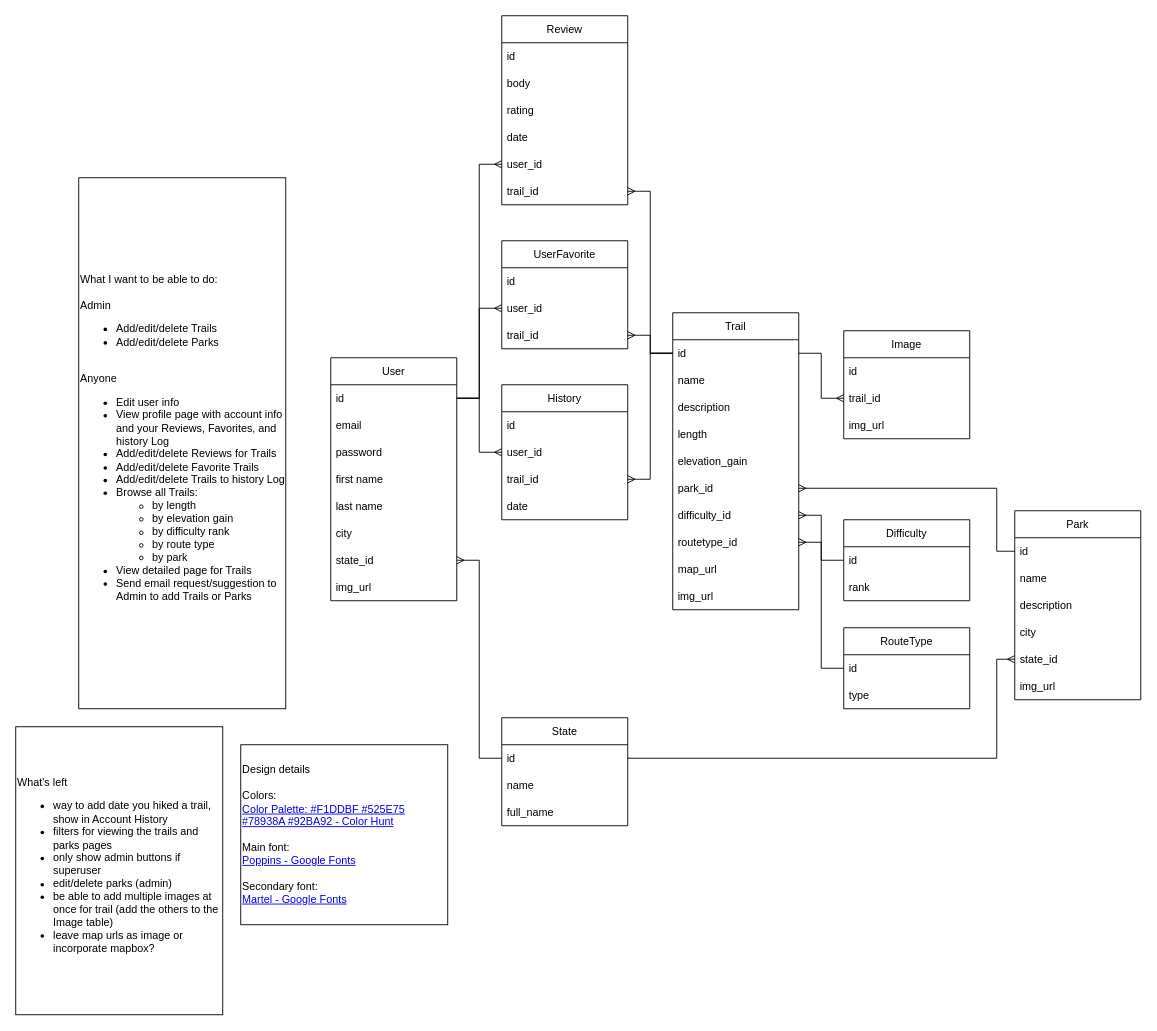
This is planning/HikingVentures Brainstorming.drawio from gdbecker/HikingVentures, a draw.io file, before an edit. Source tidied: cells renumbered, new cells numbered last; positions are measured from the earlier drawing's top-left corner, leaving out a move shared by most shapes. Both pictures are drawn from the tidied source at 90%, with x=0, y=0 at pixel (15, 15).
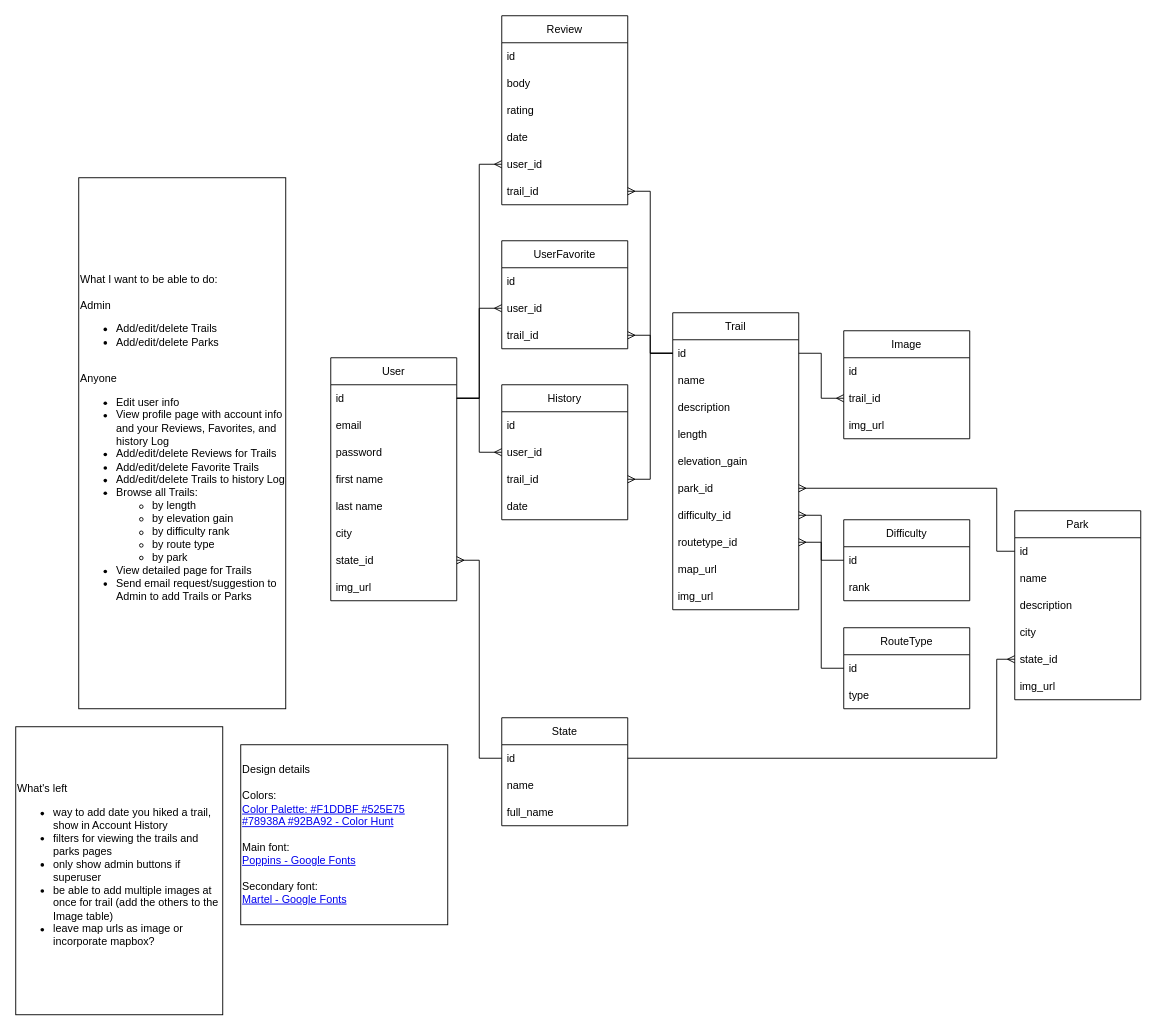
The same page after the edit.

The edit, as a diff of the source:
```diff
@@
-    <mxCell id="73" value="What's left&lt;br&gt;&lt;ul&gt;&lt;li&gt;way to add date you hiked a trail, show in Account History&lt;/li&gt;&lt;li&gt;filters for viewing the trails and parks pages&lt;/li&gt;&lt;li&gt;only show admin buttons if superuser&lt;/li&gt;&lt;li&gt;edit/delete parks (admin)&lt;/li&gt;&lt;li&gt;be able to add multiple images at once for trail (add the others to the Image table)&lt;/li&gt;&lt;li&gt;leave map urls as image or incorporate mapbox?&lt;/li&gt;&lt;/ul&gt;" style="rounded=0;whiteSpace=wrap;html=1;align=left;" parent="1" vertex="1">
+    <mxCell id="73" value="What's left&lt;br&gt;&lt;ul&gt;&lt;li&gt;way to add date you hiked a trail, show in Account History&lt;/li&gt;&lt;li&gt;filters for viewing the trails and parks pages&lt;/li&gt;&lt;li&gt;only show admin buttons if superuser&lt;/li&gt;&lt;li&gt;be able to add multiple images at once for trail (add the others to the Image table)&lt;/li&gt;&lt;li&gt;leave map urls as image or incorporate mapbox?&lt;/li&gt;&lt;/ul&gt;" style="rounded=0;whiteSpace=wrap;html=1;align=left;" parent="1" vertex="1">
       <mxGeometry y="790" width="230" height="320" as="geometry" />
     </mxCell>
```
